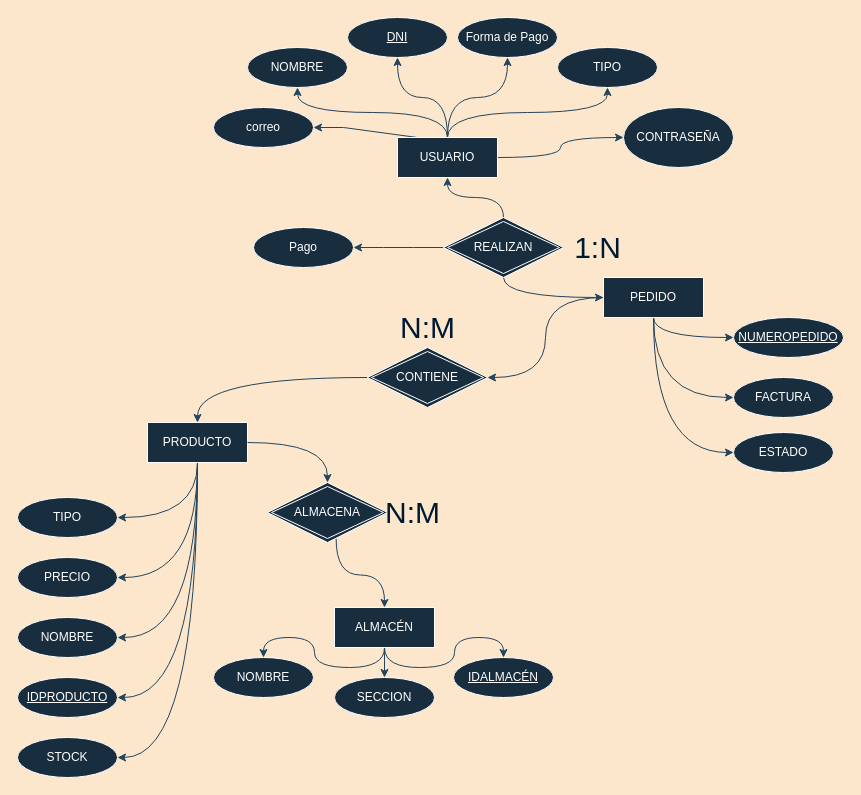
This is La Estanteria entidadrelacion.drawio from joeljnq/laEstanteria, a draw.io file, before an edit. Source tidied: cells renumbered, new cells numbered last; positions are measured from the earlier drawing's top-left corner, leaving out a move shared by most shapes. Both pictures are drawn from the tidied source at 100%, with x=0, y=0 at pixel (17, 17).
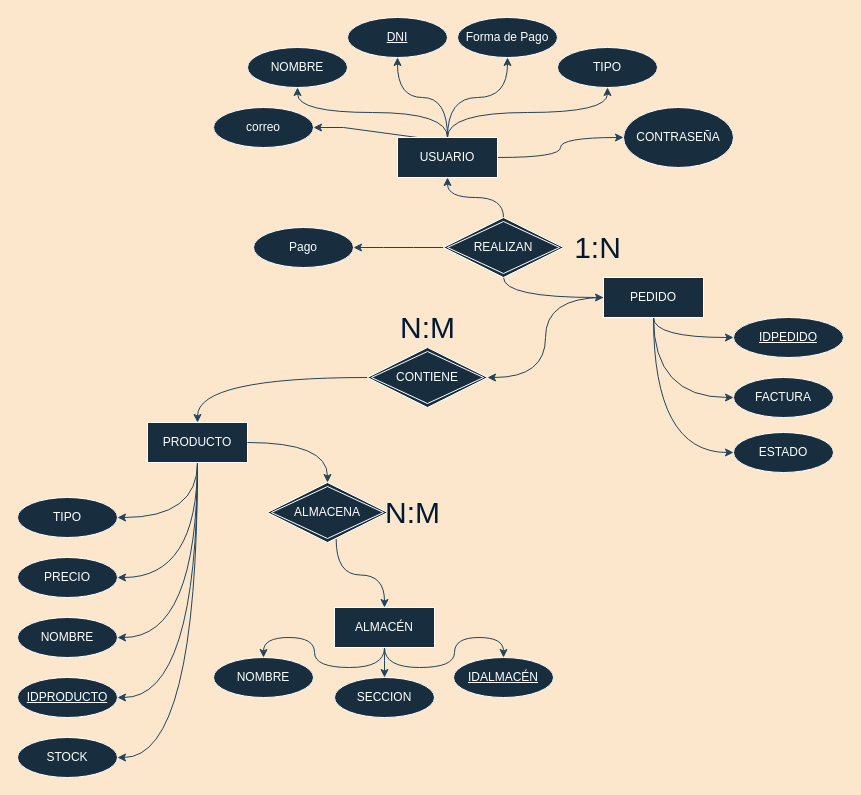
The same diagram, later.

The edit, as a diff of the source:
```diff
@@
-    <mxCell id="32" value="NUMEROPEDIDO" style="ellipse;whiteSpace=wrap;html=1;align=center;fontStyle=4;fillColor=#182E3E;strokeColor=#FFFFFF;fontColor=#FFFFFF;labelBackgroundColor=none;" parent="1" vertex="1">
+    <mxCell id="32" value="IDPEDIDO" style="ellipse;whiteSpace=wrap;html=1;align=center;fontStyle=4;fillColor=#182E3E;strokeColor=#FFFFFF;fontColor=#FFFFFF;labelBackgroundColor=none;" parent="1" vertex="1">
       <mxGeometry x="716" y="300" width="110" height="40" as="geometry" />
     </mxCell>
```
